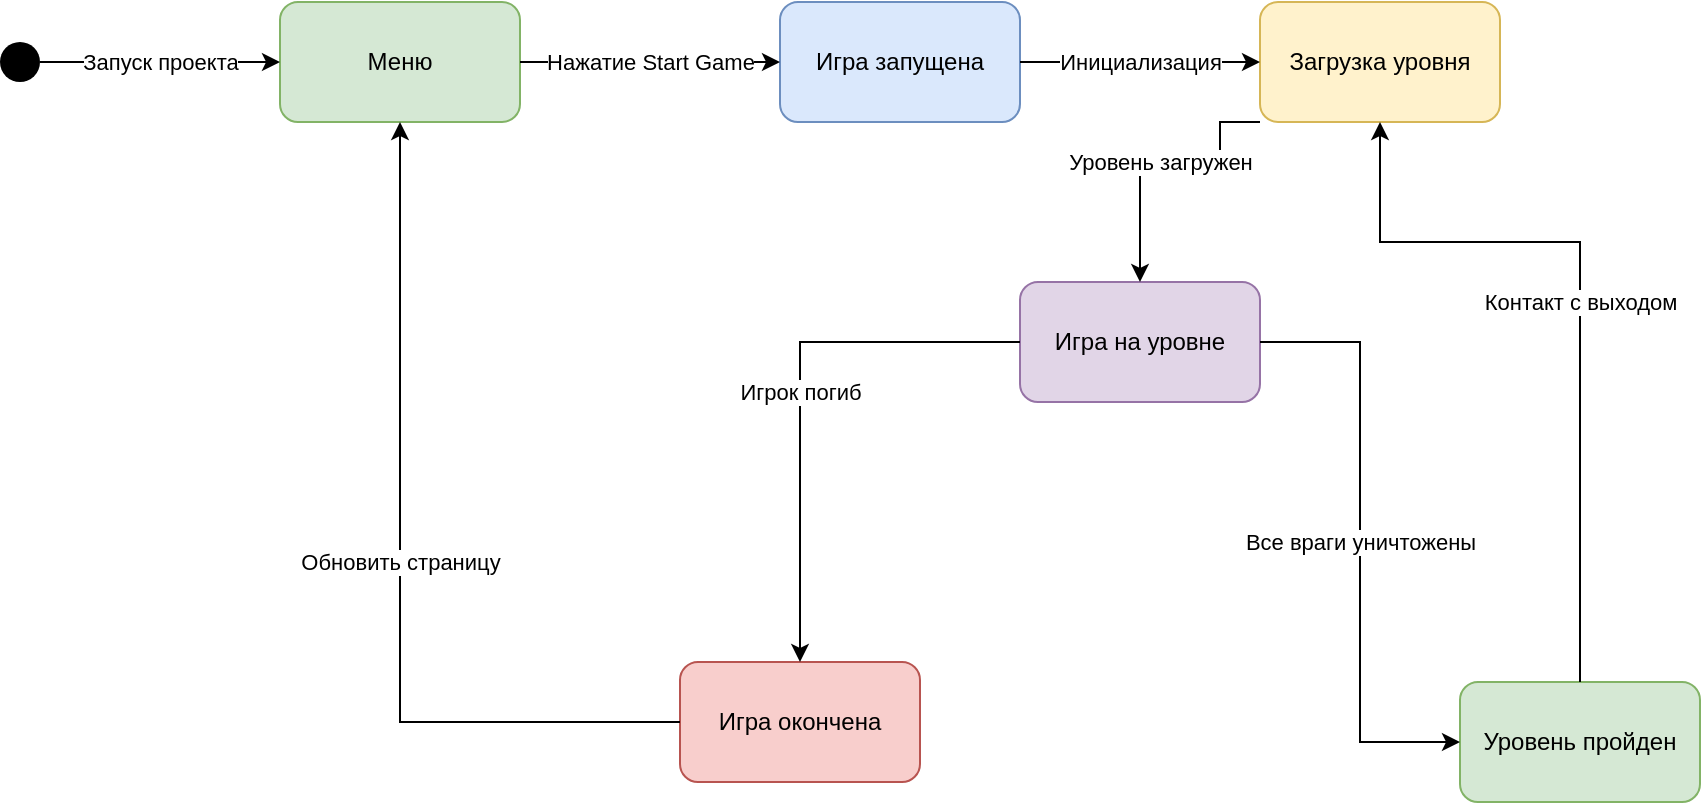
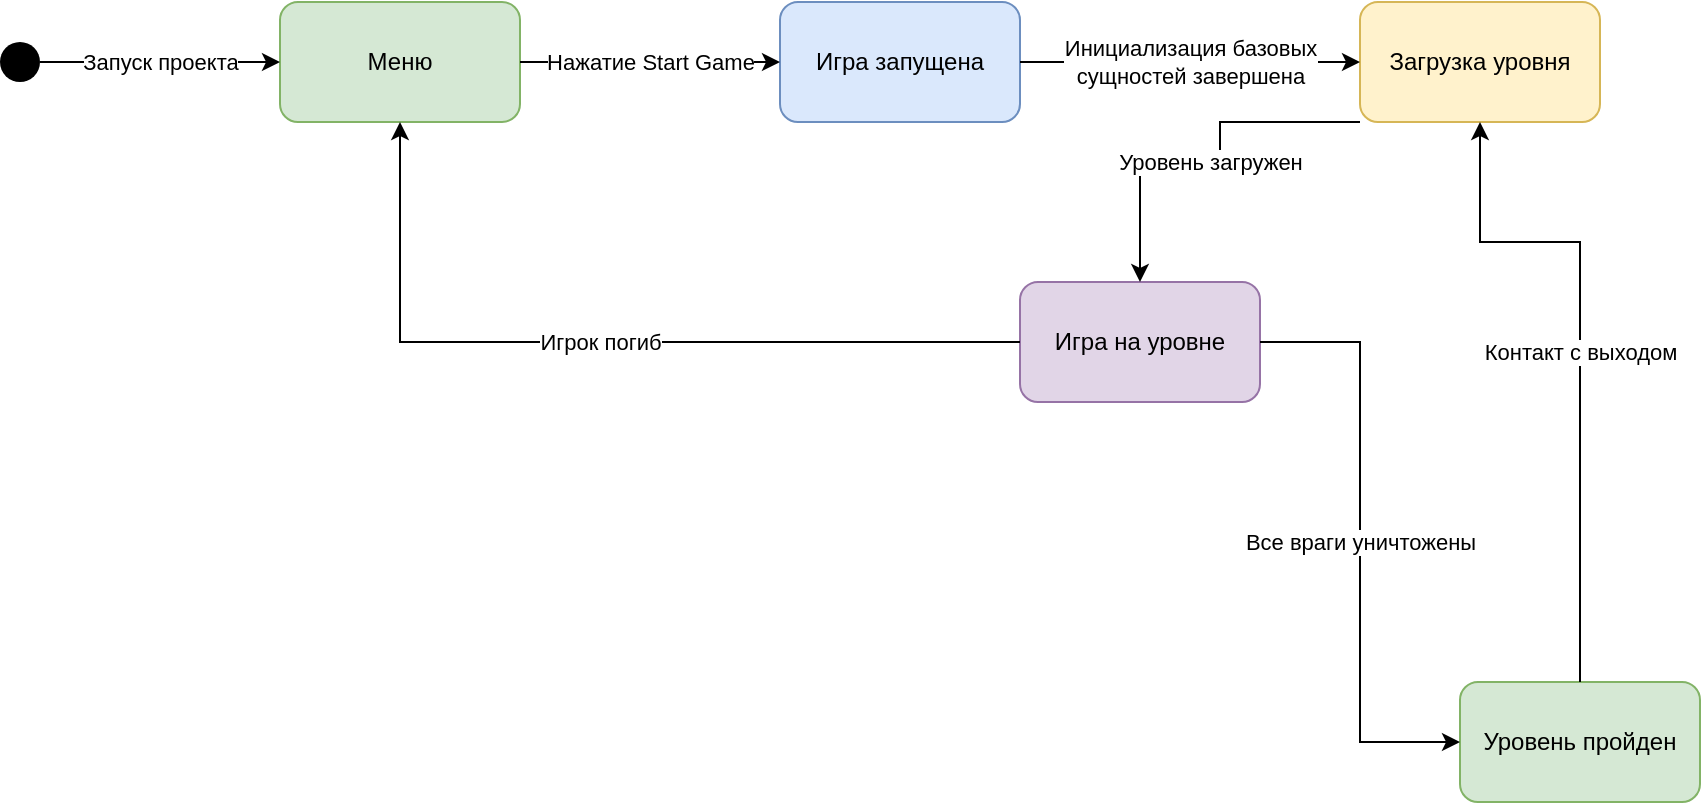
<mxfile host="Electron" agent="Mozilla/5.0 (Macintosh; Intel Mac OS X 10_15_7) AppleWebKit/537.36 (KHTML, like Gecko) draw.io/27.0.9 Chrome/134.0.6998.205 Electron/35.4.0 Safari/537.36" version="27.0.9">
  <diagram name="State Machine" id="state-machine">
    <mxGraphModel dx="1185" dy="608" grid="1" gridSize="10" guides="1" tooltips="1" connect="1" arrows="1" fold="1" page="1" pageScale="1" pageWidth="1169" pageHeight="827" math="0" shadow="0">
      <root>
        <mxCell id="0" />
        <mxCell id="1" parent="0" />
        <mxCell id="initial" value="" style="ellipse;whiteSpace=wrap;html=1;aspect=fixed;fillColor=#000000;strokeColor=none;" parent="1" vertex="1">
          <mxGeometry x="60" y="180" width="20" height="20" as="geometry" />
        </mxCell>
        <mxCell id="menu" value="Меню" style="rounded=1;whiteSpace=wrap;html=1;fillColor=#d5e8d4;strokeColor=#82b366;" parent="1" vertex="1">
          <mxGeometry x="200" y="160" width="120" height="60" as="geometry" />
        </mxCell>
        <mxCell id="game-running" value="Игра запущена" style="rounded=1;whiteSpace=wrap;html=1;fillColor=#dae8fc;strokeColor=#6c8ebf;" parent="1" vertex="1">
          <mxGeometry x="450" y="160" width="120" height="60" as="geometry" />
        </mxCell>
        <mxCell id="level-loading" value="Загрузка уровня" style="rounded=1;whiteSpace=wrap;html=1;fillColor=#fff2cc;strokeColor=#d6b656;" parent="1" vertex="1">
-           <mxGeometry x="690" y="160" width="120" height="60" as="geometry" />
+           <mxGeometry x="740" y="160" width="120" height="60" as="geometry" />
        </mxCell>
        <mxCell id="level-playing" value="Игра на уровне" style="rounded=1;whiteSpace=wrap;html=1;fillColor=#e1d5e7;strokeColor=#9673a6;" parent="1" vertex="1">
          <mxGeometry x="570" y="300" width="120" height="60" as="geometry" />
        </mxCell>
        <mxCell id="level-complete" value="Уровень пройден" style="rounded=1;whiteSpace=wrap;html=1;fillColor=#d5e8d4;strokeColor=#82b366;" parent="1" vertex="1">
          <mxGeometry x="790" y="500" width="120" height="60" as="geometry" />
-         </mxCell>
-         <mxCell id="game-over" value="Игра окончена" style="rounded=1;whiteSpace=wrap;html=1;fillColor=#f8cecc;strokeColor=#b85450;" parent="1" vertex="1">
-           <mxGeometry x="400" y="490" width="120" height="60" as="geometry" />
        </mxCell>
        <mxCell id="edge1" value="Запуск проекта" style="edgeStyle=orthogonalEdgeStyle;rounded=0;orthogonalLoop=1;jettySize=auto;html=1;exitX=1;exitY=0.5;exitDx=0;exitDy=0;entryX=0;entryY=0.5;entryDx=0;entryDy=0;" parent="1" source="initial" target="menu" edge="1">
          <mxGeometry relative="1" as="geometry">
            <mxPoint as="offset" />
          </mxGeometry>
        </mxCell>
        <mxCell id="edge2" value="Нажатие Start Game" style="edgeStyle=orthogonalEdgeStyle;rounded=0;orthogonalLoop=1;jettySize=auto;html=1;exitX=1;exitY=0.5;exitDx=0;exitDy=0;entryX=0;entryY=0.5;entryDx=0;entryDy=0;" parent="1" source="menu" target="game-running" edge="1">
          <mxGeometry relative="1" as="geometry" />
        </mxCell>
-         <mxCell id="edge3" value="Инициализация" style="edgeStyle=orthogonalEdgeStyle;rounded=0;orthogonalLoop=1;jettySize=auto;html=1;exitX=1;exitY=0.5;exitDx=0;exitDy=0;entryX=0;entryY=0.5;entryDx=0;entryDy=0;" parent="1" source="game-running" target="level-loading" edge="1">
-           <mxGeometry relative="1" as="geometry" />
+         <mxCell id="edge3" value="&lt;div&gt;&lt;span style=&quot;background-color: light-dark(#ffffff, var(--ge-dark-color, #121212)); color: light-dark(rgb(0, 0, 0), rgb(255, 255, 255));&quot;&gt;Инициализация базовых&lt;/span&gt;&lt;/div&gt;&lt;div&gt;сущностей завершена&lt;/div&gt;" style="edgeStyle=orthogonalEdgeStyle;rounded=0;orthogonalLoop=1;jettySize=auto;html=1;exitX=1;exitY=0.5;exitDx=0;exitDy=0;entryX=0;entryY=0.5;entryDx=0;entryDy=0;" parent="1" source="game-running" target="level-loading" edge="1">
+           <mxGeometry relative="1" as="geometry">
+             <mxPoint as="offset" />
+           </mxGeometry>
        </mxCell>
        <mxCell id="edge4" value="Уровень загружен" style="edgeStyle=orthogonalEdgeStyle;rounded=0;orthogonalLoop=1;jettySize=auto;html=1;exitX=0;exitY=1;exitDx=0;exitDy=0;entryX=0.5;entryY=0;entryDx=0;entryDy=0;" parent="1" source="level-loading" target="level-playing" edge="1">
          <mxGeometry relative="1" as="geometry">
            <Array as="points">
              <mxPoint x="670" y="220" />
              <mxPoint x="670" y="240" />
              <mxPoint x="630" y="240" />
            </Array>
          </mxGeometry>
        </mxCell>
        <mxCell id="edge5" value="Все враги уничтожены" style="edgeStyle=orthogonalEdgeStyle;rounded=0;orthogonalLoop=1;jettySize=auto;html=1;exitX=1;exitY=0.5;exitDx=0;exitDy=0;entryX=0;entryY=0.5;entryDx=0;entryDy=0;" parent="1" source="level-playing" target="level-complete" edge="1">
          <mxGeometry relative="1" as="geometry" />
        </mxCell>
        <mxCell id="edge6" value="Контакт с выходом" style="edgeStyle=orthogonalEdgeStyle;rounded=0;orthogonalLoop=1;jettySize=auto;html=1;exitX=0.5;exitY=0;exitDx=0;exitDy=0;entryX=0.5;entryY=1;entryDx=0;entryDy=0;" parent="1" source="level-complete" target="level-loading" edge="1">
          <mxGeometry relative="1" as="geometry">
            <Array as="points">
-               <mxPoint x="770" y="280" />
-               <mxPoint x="840" y="280" />
+               <mxPoint x="850" y="280" />
+               <mxPoint x="800" y="280" />
            </Array>
            <mxPoint x="990" y="394" as="sourcePoint" />
            <mxPoint x="1080" y="244" as="targetPoint" />
          </mxGeometry>
        </mxCell>
-         <mxCell id="edge7" value="Игрок погиб" style="edgeStyle=orthogonalEdgeStyle;rounded=0;orthogonalLoop=1;jettySize=auto;html=1;exitX=0;exitY=0.5;exitDx=0;exitDy=0;entryX=0.5;entryY=0;entryDx=0;entryDy=0;" parent="1" source="level-playing" target="game-over" edge="1">
+         <mxCell id="edge7" value="Игрок погиб" style="edgeStyle=orthogonalEdgeStyle;rounded=0;orthogonalLoop=1;jettySize=auto;html=1;exitX=0;exitY=0.5;exitDx=0;exitDy=0;entryX=0.5;entryY=1;entryDx=0;entryDy=0;" parent="1" source="level-playing" target="menu" edge="1">
          <mxGeometry relative="1" as="geometry">
            <Array as="points">
-               <mxPoint x="460" y="330" />
+               <mxPoint x="260" y="330" />
            </Array>
-           </mxGeometry>
-         </mxCell>
-         <mxCell id="edge11" value="Обновить страницу" style="edgeStyle=orthogonalEdgeStyle;rounded=0;orthogonalLoop=1;jettySize=auto;html=1;exitX=0;exitY=0.5;exitDx=0;exitDy=0;entryX=0.5;entryY=1;entryDx=0;entryDy=0;" parent="1" source="game-over" target="menu" edge="1">
-           <mxGeometry relative="1" as="geometry">
-             <Array as="points">
-               <mxPoint x="260" y="520" />
-             </Array>
-             <mxPoint x="380" y="540" as="sourcePoint" />
-             <mxPoint x="180" y="260" as="targetPoint" />
+             <mxPoint x="460" y="490" as="targetPoint" />
          </mxGeometry>
        </mxCell>
      </root>
    </mxGraphModel>
  </diagram>
</mxfile>
